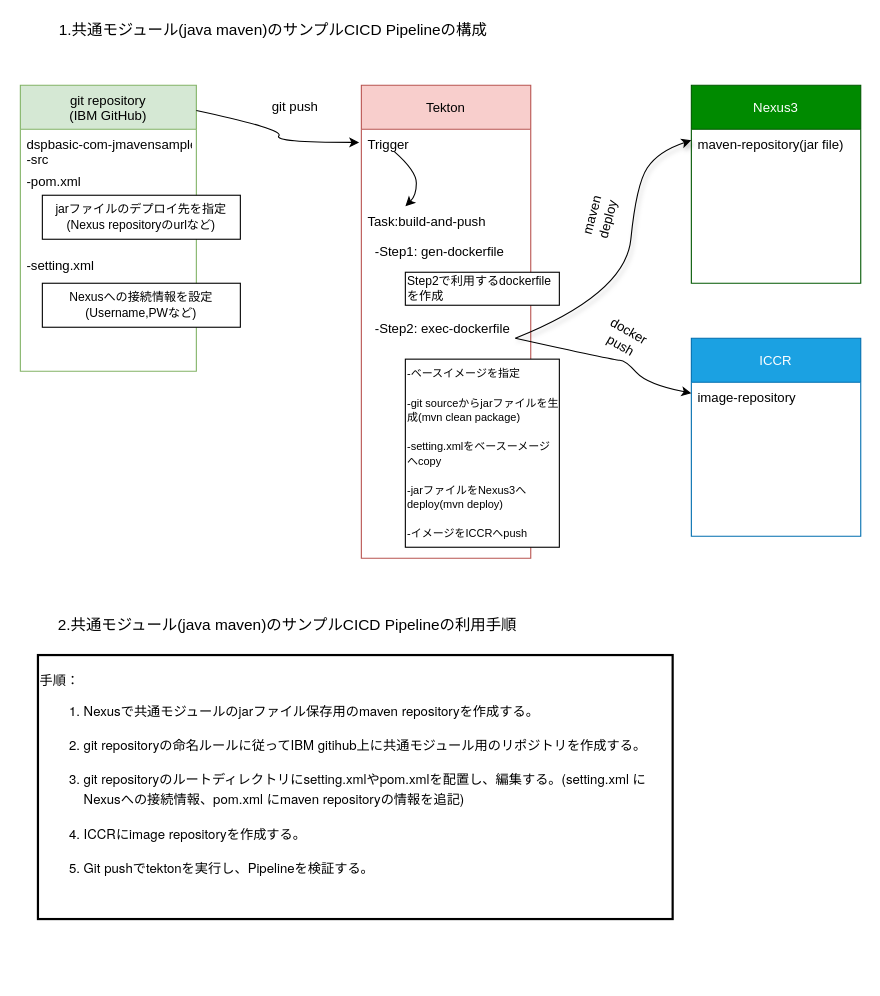
Earlier version of the draw.io diagram Untitled Diagram.drawio (hongzhen-wang1/dspbank-api-test). Source tidied: cells renumbered, new cells numbered last; positions are measured from the earlier drawing's top-left corner, leaving out a move shared by most shapes. Both pictures are drawn from the tidied source at 110%, with x=0, y=0 at pixel (19, 19).
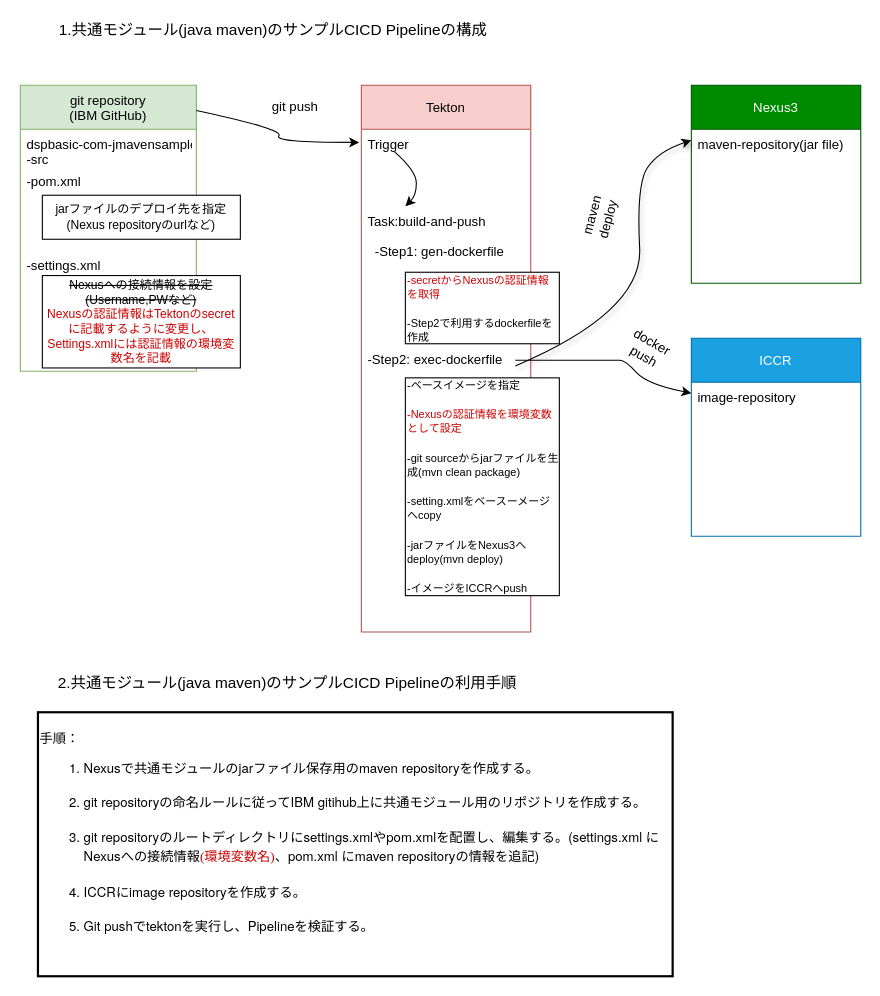
The same diagram, later.

The change refers to these unchanged cells:
```xml
<mxCell id="6" value="git repository&#10;(IBM GitHub)" style="swimlane;fontStyle=0;horizontal=1;startSize=40;align=center;fontSize=12;fillColor=#d5e8d4;strokeColor=#82b366;" parent="1" vertex="1">
  <mxGeometry x="1" y="60" width="160" height="260" as="geometry" />
</mxCell>
<mxCell id="13" value="image-repository" style="text;strokeColor=none;fillColor=none;spacingLeft=4;spacingRight=4;overflow=hidden;points=[[0,0.5],[1,0.5]];portConstraint=eastwest;fontSize=12;" parent="12" vertex="1">
  <mxGeometry y="40" width="154" height="140" as="geometry" />
</mxCell>
```

Diff of the diagram source:
```diff
@@
     <mxCell id="2" value="Tekton" style="swimlane;fontStyle=0;horizontal=1;startSize=40;align=center;fontSize=12;fillColor=#f8cecc;strokeColor=#b85450;" parent="1" vertex="1">
-      <mxGeometry x="311" y="60" width="154" height="430" as="geometry" />
+      <mxGeometry x="311" y="60" width="154" height="497" as="geometry" />
     </mxCell>
@@
-    <mxCell id="5" value="Task:build-and-push&#10;&#10;  -Step1: gen-dockerfile&#10;&#10;&#10;&#10;&#10;  -Step2: exec-dockerfile" style="text;strokeColor=none;fillColor=none;spacingLeft=4;spacingRight=4;overflow=hidden;points=[[0,0.5],[1,0.5]];portConstraint=eastwest;fontSize=12;" parent="2" vertex="1">
-      <mxGeometry y="110" width="154" height="320" as="geometry" />
+    <mxCell id="5" value="Task:build-and-push&#10;&#10;  -Step1: gen-dockerfile&#10;&#10;&#10;&#10;&#10;  &#10;&#10;-Step2: exec-dockerfile" style="text;strokeColor=none;fillColor=none;spacingLeft=4;spacingRight=4;overflow=hidden;points=[[0,0.5],[1,0.5]];portConstraint=eastwest;fontSize=12;" parent="2" vertex="1">
+      <mxGeometry y="110" width="154" height="387" as="geometry" />
     </mxCell>
@@
-    <mxCell id="9" value="-setting.xml" style="text;strokeColor=none;fillColor=none;spacingLeft=4;spacingRight=4;overflow=hidden;fontSize=12;" parent="6" vertex="1">
+    <mxCell id="9" value="-settings.xml" style="text;strokeColor=none;fillColor=none;spacingLeft=4;spacingRight=4;overflow=hidden;fontSize=12;" parent="6" vertex="1">
       <mxGeometry y="150" width="160" height="110" as="geometry" />
     </mxCell>
@@
     <mxCell id="16" style="curved=1;endArrow=classic;html=1;fontSize=12;entryX=0;entryY=0.071;entryDx=0;entryDy=0;entryPerimeter=0;" parent="1" edge="1" target="13">
       <mxGeometry relative="1" as="geometry">
-        <mxPoint x="451" y="290" as="sourcePoint" />
+        <mxPoint x="451" y="310" as="sourcePoint" />
         <Array as="points">
           <mxPoint x="541" y="310" />
           <mxPoint x="551" y="310" />
           <mxPoint x="571" y="332" />
         </Array>
       </mxGeometry>
     </mxCell>
     <mxCell id="17" style="curved=1;endArrow=classic;html=1;fontSize=12;shadow=1;exitX=0.909;exitY=0.375;exitDx=0;exitDy=0;exitPerimeter=0;" parent="1" edge="1" source="5">
       <mxGeometry relative="1" as="geometry">
         <mxPoint x="611" y="110" as="targetPoint" />
         <Array as="points">
-          <mxPoint x="551" y="250" />
+          <mxPoint x="567" y="266" />
           <mxPoint x="561" y="150" />
           <mxPoint x="581" y="120" />
         </Array>
       </mxGeometry>
     </mxCell>
@@
     <mxCell id="19" value="docker push" style="text;html=1;strokeColor=none;fillColor=none;align=center;verticalAlign=middle;whiteSpace=wrap;rounded=0;fontSize=12;rotation=30;" parent="1" vertex="1">
-      <mxGeometry x="521" y="280" width="60" height="20" as="geometry" />
+      <mxGeometry x="542" y="290" width="60" height="20" as="geometry" />
     </mxCell>
@@
-    <mxCell id="21" value="Nexusへの接続情報を設定&lt;br&gt;(Username,PWなど)" style="rounded=0;whiteSpace=wrap;html=1;fontSize=11;" parent="1" vertex="1">
-      <mxGeometry x="21" y="240" width="180" height="40" as="geometry" />
+    <mxCell id="21" value="&lt;strike&gt;Nexusへの接続情報を設定&lt;/strike&gt;&lt;br&gt;&lt;strike&gt;(Username,PWなど)&lt;/strike&gt;&lt;br&gt;&lt;font color=&quot;#cc0000&quot;&gt;Nexusの認証情報はTektonのsecretに記載するように変更し、Settings.xmlには認証情報の環境変数名を記載&lt;/font&gt;" style="rounded=0;whiteSpace=wrap;html=1;fontSize=11;" parent="1" vertex="1">
+      <mxGeometry x="21" y="233" width="180" height="84" as="geometry" />
     </mxCell>
-    <mxCell id="22" value="Step2で利用するdockerfileを作成" style="rounded=0;whiteSpace=wrap;html=1;fontSize=11;align=left;" parent="1" vertex="1">
-      <mxGeometry x="351" y="230" width="140" height="30" as="geometry" />
+    <mxCell id="22" value="&lt;font style=&quot;font-size: 10px&quot;&gt;&lt;font color=&quot;#cc0000&quot; style=&quot;font-size: 10px&quot;&gt;-secretからNexusの認証情報を取得&lt;br&gt;&lt;/font&gt;&lt;br&gt;-Step2で利用するdockerfileを作成&lt;/font&gt;" style="rounded=0;whiteSpace=wrap;html=1;fontSize=11;align=left;" parent="1" vertex="1">
+      <mxGeometry x="351" y="230" width="140" height="65" as="geometry" />
     </mxCell>
-    <mxCell id="23" value="&lt;font style=&quot;font-size: 10px&quot;&gt;-ベースイメージを指定&lt;br&gt;&lt;br&gt;-git sourceからjarファイルを生成(mvn clean package)&lt;br&gt;&lt;br&gt;-setting.xmlをベースーメージへcopy&lt;br&gt;&lt;br&gt;-jarファイルをNexus3へdeploy(mvn deploy)&lt;br&gt;&lt;br&gt;-イメージをICCRへpush&lt;/font&gt;" style="rounded=0;whiteSpace=wrap;html=1;fontSize=11;align=left;" parent="1" vertex="1">
-      <mxGeometry x="351" y="309" width="140" height="171" as="geometry" />
+    <mxCell id="23" value="&lt;font style=&quot;font-size: 10px&quot;&gt;-ベースイメージを指定&lt;br&gt;&lt;br&gt;&lt;font color=&quot;#cc0000&quot;&gt;-Nexusの認証情報を環境変数として設定&lt;/font&gt;&lt;br&gt;&lt;br&gt;-git sourceからjarファイルを生成(mvn clean package)&lt;br&gt;&lt;br&gt;-setting.xmlをベースーメージへcopy&lt;br&gt;&lt;br&gt;-jarファイルをNexus3へdeploy(mvn deploy)&lt;br&gt;&lt;br&gt;-イメージをICCRへpush&lt;/font&gt;" style="rounded=0;whiteSpace=wrap;html=1;fontSize=11;align=left;" parent="1" vertex="1">
+      <mxGeometry x="351" y="326" width="140" height="198" as="geometry" />
     </mxCell>
@@
     <mxCell id="25" value="&lt;font style=&quot;font-size: 14px&quot;&gt;2.共通モジュール(java maven)のサンプルCICD Pipelineの利用手順&lt;/font&gt;" style="text;html=1;strokeColor=none;fillColor=none;align=center;verticalAlign=middle;whiteSpace=wrap;rounded=0;fontSize=11;strokeWidth=2;" parent="1" vertex="1">
-      <mxGeometry x="10" y="541" width="468" height="20" as="geometry" />
+      <mxGeometry x="10" y="593" width="468" height="20" as="geometry" />
     </mxCell>
-    <mxCell id="26" value="&lt;p style=&quot;margin: 0.0px 0.0px 0.0px 0.0px ; font: 12.0px &amp;#34;helvetica neue&amp;#34;&quot;&gt;手順：&lt;/p&gt;&lt;ol style=&quot;list-style-type: decimal&quot;&gt;&lt;li style=&quot;margin: 0.0px 0.0px 0.0px 0.0px ; font: 12.0px &amp;#34;helvetica neue&amp;#34;&quot;&gt;Nexus&lt;span style=&quot;font: 12.0px &amp;#34;hiragino sans&amp;#34;&quot;&gt;で共通モジュールの&lt;/span&gt;jar&lt;span style=&quot;font: 12.0px &amp;#34;hiragino sans&amp;#34;&quot;&gt;ファイル保存用の&lt;/span&gt;maven repository&lt;span style=&quot;font: 12.0px &amp;#34;hiragino sans&amp;#34;&quot;&gt;を作成する。&lt;/span&gt;&lt;/li&gt;&lt;br&gt;&lt;li style=&quot;margin: 0.0px 0.0px 0.0px 0.0px ; font: 12.0px &amp;#34;helvetica neue&amp;#34;&quot;&gt; git&amp;nbsp;&lt;span style=&quot;font: 12.0px &amp;#34;hiragino sans&amp;#34;&quot;&gt;&lt;span style=&quot;font-family: &amp;#34;helvetica neue&amp;#34;&quot;&gt;repository&lt;/span&gt;の命名ルールに従って&lt;/span&gt;IBM gitihub&lt;span style=&quot;font: 12.0px &amp;#34;hiragino sans&amp;#34;&quot;&gt;上に共通モジュール用のリポジトリを作成する。&lt;/span&gt;&lt;/li&gt;&lt;br&gt;&lt;li style=&quot;margin: 0.0px 0.0px 0.0px 0.0px ; font: 12.0px &amp;#34;helvetica neue&amp;#34;&quot;&gt;git&amp;nbsp;repositoryのルートディレクトリにsetting.xml&lt;span style=&quot;font: 12.0px &amp;#34;hiragino sans&amp;#34;&quot;&gt;や&lt;/span&gt;pom.xml&lt;span style=&quot;font: 12.0px &amp;#34;hiragino sans&amp;#34;&quot;&gt;を配置し、編集する。&lt;/span&gt;(setting.xml &lt;span style=&quot;font: 12.0px &amp;#34;hiragino sans&amp;#34;&quot;&gt;に&lt;/span&gt;Nexus&lt;span style=&quot;font: 12.0px &amp;#34;hiragino sans&amp;#34;&quot;&gt;への接続情報、&lt;/span&gt;pom.xml &lt;span style=&quot;font: 12.0px &amp;#34;hiragino sans&amp;#34;&quot;&gt;に&lt;/span&gt;maven repository&lt;span style=&quot;font: 12.0px &amp;#34;hiragino sans&amp;#34;&quot;&gt;の情報を追記&lt;/span&gt;)&lt;/li&gt;&lt;br&gt;&lt;li style=&quot;margin: 0.0px 0.0px 0.0px 0.0px ; font: 12.0px &amp;#34;helvetica neue&amp;#34;&quot;&gt;ICCR&lt;span style=&quot;font: 12.0px &amp;#34;hiragino sans&amp;#34;&quot;&gt;に&lt;/span&gt;image repository&lt;span style=&quot;font: 12.0px &amp;#34;hiragino sans&amp;#34;&quot;&gt;を作成する。&lt;/span&gt;&lt;/li&gt;&lt;br&gt;&lt;li style=&quot;margin: 0.0px 0.0px 0.0px 0.0px ; font: 12.0px &amp;#34;helvetica neue&amp;#34;&quot;&gt;Git push&lt;span style=&quot;font: 12.0px &amp;#34;hiragino sans&amp;#34;&quot;&gt;で&lt;/span&gt;tekton&lt;span style=&quot;font: 12.0px &amp;#34;hiragino sans&amp;#34;&quot;&gt;を実行し、&lt;/span&gt;Pipeline&lt;span style=&quot;font: 12.0px &amp;#34;hiragino sans&amp;#34;&quot;&gt;を検証する。&lt;/span&gt;&lt;/li&gt;&lt;br&gt;&lt;/ol&gt;" style="rounded=0;whiteSpace=wrap;html=1;strokeWidth=2;fontSize=11;align=left;" parent="1" vertex="1">
-      <mxGeometry x="17" y="578" width="577" height="240" as="geometry" />
+    <mxCell id="26" value="&lt;p style=&quot;margin: 0.0px 0.0px 0.0px 0.0px ; font: 12.0px &amp;#34;helvetica neue&amp;#34;&quot;&gt;手順：&lt;/p&gt;&lt;ol style=&quot;list-style-type: decimal&quot;&gt;&lt;li style=&quot;margin: 0.0px 0.0px 0.0px 0.0px ; font: 12.0px &amp;#34;helvetica neue&amp;#34;&quot;&gt;Nexus&lt;span style=&quot;font: 12.0px &amp;#34;hiragino sans&amp;#34;&quot;&gt;で共通モジュールの&lt;/span&gt;jar&lt;span style=&quot;font: 12.0px &amp;#34;hiragino sans&amp;#34;&quot;&gt;ファイル保存用の&lt;/span&gt;maven repository&lt;span style=&quot;font: 12.0px &amp;#34;hiragino sans&amp;#34;&quot;&gt;を作成する。&lt;/span&gt;&lt;/li&gt;&lt;br&gt;&lt;li style=&quot;margin: 0.0px 0.0px 0.0px 0.0px ; font: 12.0px &amp;#34;helvetica neue&amp;#34;&quot;&gt; git&amp;nbsp;&lt;span style=&quot;font: 12.0px &amp;#34;hiragino sans&amp;#34;&quot;&gt;&lt;span style=&quot;font-family: &amp;#34;helvetica neue&amp;#34;&quot;&gt;repository&lt;/span&gt;の命名ルールに従って&lt;/span&gt;IBM gitihub&lt;span style=&quot;font: 12.0px &amp;#34;hiragino sans&amp;#34;&quot;&gt;上に共通モジュール用のリポジトリを作成する。&lt;/span&gt;&lt;/li&gt;&lt;br&gt;&lt;li style=&quot;margin: 0.0px 0.0px 0.0px 0.0px ; font: 12.0px &amp;#34;helvetica neue&amp;#34;&quot;&gt;git&amp;nbsp;repositoryのルートディレクトリにsettings.xml&lt;span style=&quot;font: 12.0px &amp;#34;hiragino sans&amp;#34;&quot;&gt;や&lt;/span&gt;pom.xml&lt;span style=&quot;font: 12.0px &amp;#34;hiragino sans&amp;#34;&quot;&gt;を配置し、編集する。&lt;/span&gt;(settings.xml &lt;span style=&quot;font: 12.0px &amp;#34;hiragino sans&amp;#34;&quot;&gt;に&lt;/span&gt;Nexus&lt;span style=&quot;font: 12.0px &amp;#34;hiragino sans&amp;#34;&quot;&gt;への接続情報&lt;font color=&quot;#cc0000&quot;&gt;(環境変数名)&lt;/font&gt;、&lt;/span&gt;pom.xml &lt;span style=&quot;font: 12.0px &amp;#34;hiragino sans&amp;#34;&quot;&gt;に&lt;/span&gt;maven repository&lt;span style=&quot;font: 12.0px &amp;#34;hiragino sans&amp;#34;&quot;&gt;の情報を追記&lt;/span&gt;)&lt;/li&gt;&lt;br&gt;&lt;li style=&quot;margin: 0.0px 0.0px 0.0px 0.0px ; font: 12.0px &amp;#34;helvetica neue&amp;#34;&quot;&gt;ICCR&lt;span style=&quot;font: 12.0px &amp;#34;hiragino sans&amp;#34;&quot;&gt;に&lt;/span&gt;image repository&lt;span style=&quot;font: 12.0px &amp;#34;hiragino sans&amp;#34;&quot;&gt;を作成する。&lt;/span&gt;&lt;/li&gt;&lt;br&gt;&lt;li style=&quot;margin: 0.0px 0.0px 0.0px 0.0px ; font: 12.0px &amp;#34;helvetica neue&amp;#34;&quot;&gt;Git push&lt;span style=&quot;font: 12.0px &amp;#34;hiragino sans&amp;#34;&quot;&gt;で&lt;/span&gt;tekton&lt;span style=&quot;font: 12.0px &amp;#34;hiragino sans&amp;#34;&quot;&gt;を実行し、&lt;/span&gt;Pipeline&lt;span style=&quot;font: 12.0px &amp;#34;hiragino sans&amp;#34;&quot;&gt;を検証する。&lt;/span&gt;&lt;/li&gt;&lt;br&gt;&lt;/ol&gt;" style="rounded=0;whiteSpace=wrap;html=1;strokeWidth=2;fontSize=11;align=left;" parent="1" vertex="1">
+      <mxGeometry x="17" y="630" width="577" height="240" as="geometry" />
     </mxCell>
```
